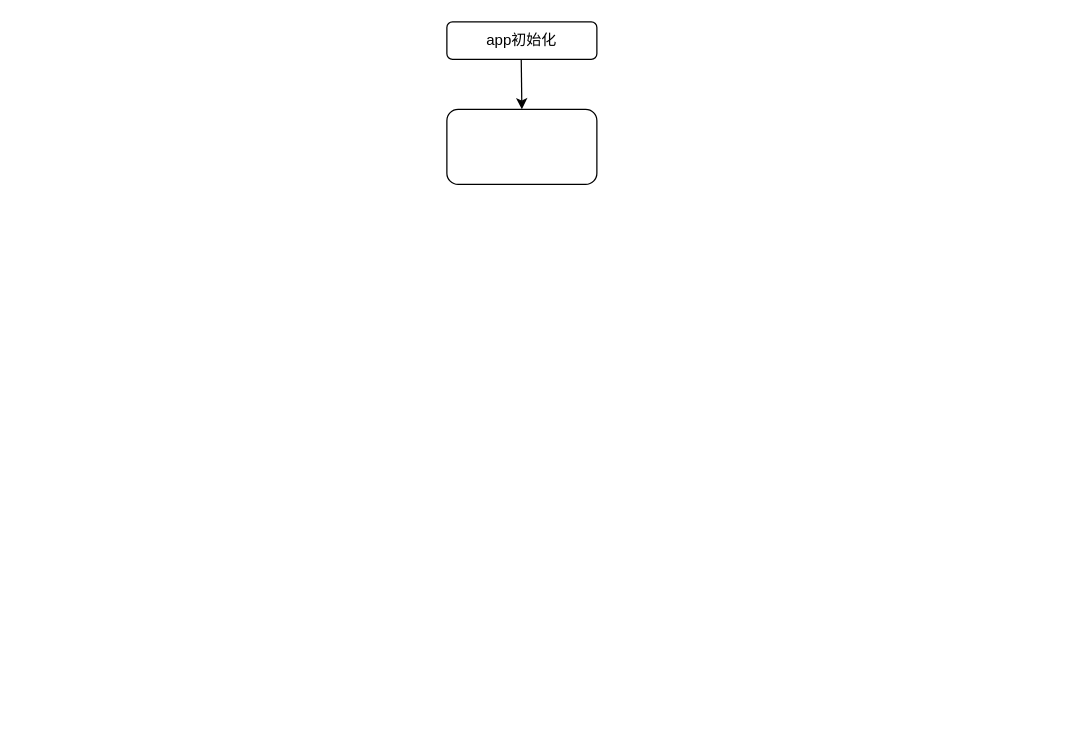
The draw.io diagram views/同步订单.drawio in lys829/yiBlog, before the edit. Source tidied: cells renumbered, new cells numbered last; positions are measured from the earlier drawing's top-left corner, leaving out a move shared by most shapes. Both pictures are drawn from the tidied source at 125%, with x=0, y=0 at pixel (446, 21).
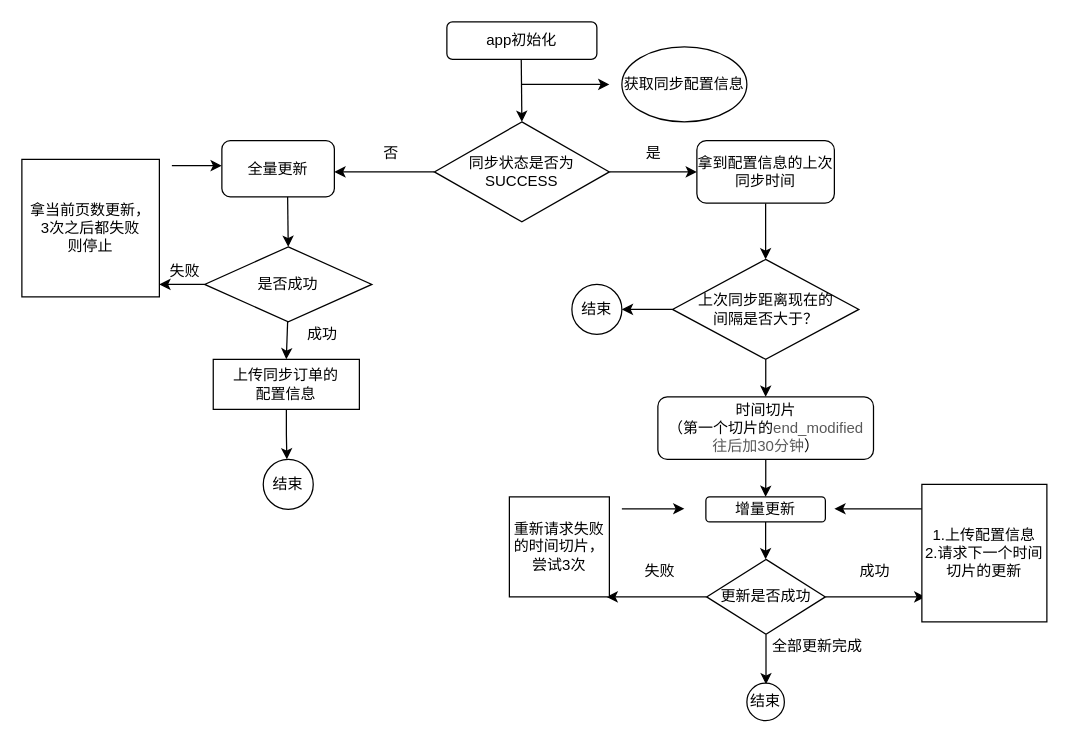
Above is the later version.

Commit message (it also covers changes not shown here):
更新同步订单.drawio

Change to the diagram source:
```diff
@@
     <mxCell id="3" style="endArrow=classic;html=1;" parent="1" edge="1">
       <mxGeometry relative="1" as="geometry">
         <mxPoint x="59.5" y="30" as="sourcePoint" />
-        <mxPoint x="60" y="70" as="targetPoint" />
+        <mxPoint x="60" y="80" as="targetPoint" />
       </mxGeometry>
     </mxCell>
-    <mxCell id="4" style="rounded=1;whiteSpace=wrap;html=1;" parent="1" vertex="1">
-      <mxGeometry y="70" width="120" height="60" as="geometry" />
-    </mxCell>
+    <mxCell id="5" style="endArrow=classic;html=1;" parent="1" edge="1">
+      <mxGeometry relative="1" as="geometry">
+        <mxPoint x="60" y="50" as="sourcePoint" />
+        <mxPoint x="130" y="50" as="targetPoint" />
+      </mxGeometry>
+    </mxCell>
+    <mxCell id="6" value="获取同步配置信息" style="ellipse;whiteSpace=wrap;html=1;" parent="1" vertex="1">
+      <mxGeometry x="140" y="20" width="100" height="60" as="geometry" />
+    </mxCell>
+    <mxCell id="7" style="edgeStyle=orthogonalEdgeStyle;rounded=0;jettySize=auto;html=1;" parent="1" edge="1" source="9" target="11">
+      <mxGeometry relative="1" as="geometry" />
+    </mxCell>
+    <mxCell id="8" style="edgeStyle=orthogonalEdgeStyle;rounded=0;jettySize=auto;html=1;" parent="1" edge="1" source="9">
+      <mxGeometry relative="1" as="geometry">
+        <mxPoint x="-90" y="120" as="targetPoint" />
+      </mxGeometry>
+    </mxCell>
+    <mxCell id="9" value="同步状态是否为SUCCESS" style="rhombus;whiteSpace=wrap;html=1;" parent="1" vertex="1">
+      <mxGeometry x="-10" y="80" width="140" height="80" as="geometry" />
+    </mxCell>
+    <mxCell id="10" style="edgeStyle=orthogonalEdgeStyle;rounded=0;jettySize=auto;html=1;" parent="1" edge="1" source="11">
+      <mxGeometry relative="1" as="geometry">
+        <mxPoint x="255" y="190" as="targetPoint" />
+      </mxGeometry>
+    </mxCell>
+    <mxCell id="11" value="拿到配置信息的上次同步时间" style="rounded=1;whiteSpace=wrap;html=1;" parent="1" vertex="1">
+      <mxGeometry x="200" y="95" width="110" height="50" as="geometry" />
+    </mxCell>
+    <mxCell id="12" value="是" style="text;html=1;align=center;verticalAlign=middle;" parent="1" vertex="1">
+      <mxGeometry x="150" y="95" width="30" height="20" as="geometry" />
+    </mxCell>
+    <mxCell id="13" value="否" style="text;html=1;align=center;verticalAlign=middle;" parent="1" vertex="1">
+      <mxGeometry x="-60" y="95" width="30" height="20" as="geometry" />
+    </mxCell>
+    <mxCell id="14" style="edgeStyle=orthogonalEdgeStyle;rounded=0;jettySize=auto;html=1;" parent="1" edge="1" source="16">
+      <mxGeometry relative="1" as="geometry">
+        <mxPoint x="140" y="230" as="targetPoint" />
+        <Array as="points">
+          <mxPoint x="150" y="230" />
+          <mxPoint x="150" y="230" />
+        </Array>
+      </mxGeometry>
+    </mxCell>
+    <mxCell id="15" style="edgeStyle=orthogonalEdgeStyle;rounded=0;jettySize=auto;html=1;entryX=0.5;entryY=0;entryDx=0;entryDy=0;" parent="1" edge="1" source="16" target="19">
+      <mxGeometry relative="1" as="geometry" />
+    </mxCell>
+    <mxCell id="16" value="上次同步距离现在的&lt;br&gt;间隔是否大于？" style="rhombus;whiteSpace=wrap;html=1;" parent="1" vertex="1">
+      <mxGeometry x="180.5" y="190" width="149.1" height="80" as="geometry" />
+    </mxCell>
+    <mxCell id="17" value="结束" style="ellipse;whiteSpace=wrap;html=1;" parent="1" vertex="1">
+      <mxGeometry x="100" y="210" width="40" height="40" as="geometry" />
+    </mxCell>
+    <mxCell id="18" style="edgeStyle=orthogonalEdgeStyle;rounded=0;jettySize=auto;html=1;" parent="1" edge="1" source="19" target="21">
+      <mxGeometry relative="1" as="geometry" />
+    </mxCell>
+    <mxCell id="19" value="时间切片&lt;br&gt;（第一个切片的&lt;span style=&quot;color: rgba(0 , 0 , 0 , 0.65) ; font-family: &amp;#34;helvetica neue for number&amp;#34; , , , &amp;#34;segoe ui&amp;#34; , &amp;#34;roboto&amp;#34; , &amp;#34;pingfang sc&amp;#34; , &amp;#34;hiragino sans gb&amp;#34; , &amp;#34;microsoft yahei&amp;#34; , &amp;#34;helvetica neue&amp;#34; , &amp;#34;helvetica&amp;#34; , &amp;#34;arial&amp;#34; , sans-serif ; background-color: rgb(255 , 255 , 255)&quot;&gt;end_modified&lt;br&gt;往后加30分钟&lt;/span&gt;）" style="rounded=1;whiteSpace=wrap;html=1;" parent="1" vertex="1">
+      <mxGeometry x="168.8" y="300" width="172.5" height="50" as="geometry" />
+    </mxCell>
+    <mxCell id="20" style="edgeStyle=orthogonalEdgeStyle;rounded=0;jettySize=auto;html=1;" parent="1" edge="1" source="21">
+      <mxGeometry relative="1" as="geometry">
+        <mxPoint x="255" y="430" as="targetPoint" />
+      </mxGeometry>
+    </mxCell>
+    <mxCell id="21" value="增量更新" style="rounded=1;whiteSpace=wrap;html=1;" parent="1" vertex="1">
+      <mxGeometry x="207.2" y="380" width="95.6" height="20" as="geometry" />
+    </mxCell>
+    <mxCell id="22" style="edgeStyle=orthogonalEdgeStyle;rounded=0;jettySize=auto;html=1;" parent="1" edge="1" source="25">
+      <mxGeometry relative="1" as="geometry">
+        <mxPoint x="127.8" y="460" as="targetPoint" />
+      </mxGeometry>
+    </mxCell>
+    <mxCell id="23" style="edgeStyle=orthogonalEdgeStyle;rounded=0;jettySize=auto;html=1;" parent="1" edge="1" source="25">
+      <mxGeometry relative="1" as="geometry">
+        <mxPoint x="382.8" y="460" as="targetPoint" />
+      </mxGeometry>
+    </mxCell>
+    <mxCell id="24" style="edgeStyle=orthogonalEdgeStyle;rounded=0;jettySize=auto;html=1;" parent="1" edge="1" source="25">
+      <mxGeometry relative="1" as="geometry">
+        <mxPoint x="255.3" y="530" as="targetPoint" />
+      </mxGeometry>
+    </mxCell>
+    <mxCell id="25" value="更新是否成功" style="rhombus;whiteSpace=wrap;html=1;" parent="1" vertex="1">
+      <mxGeometry x="207.8" y="430" width="95" height="60" as="geometry" />
+    </mxCell>
+    <mxCell id="26" value="失败" style="text;html=1;align=center;verticalAlign=middle;" parent="1" vertex="1">
+      <mxGeometry x="150" y="430" width="40" height="20" as="geometry" />
+    </mxCell>
+    <mxCell id="27" value="成功" style="text;html=1;align=center;verticalAlign=middle;" parent="1" vertex="1">
+      <mxGeometry x="322" y="430" width="40" height="20" as="geometry" />
+    </mxCell>
+    <mxCell id="28" style="endArrow=classic;html=1;" parent="1" edge="1">
+      <mxGeometry relative="1" as="geometry">
+        <mxPoint x="380" y="389.5" as="sourcePoint" />
+        <mxPoint x="310" y="389.5" as="targetPoint" />
+      </mxGeometry>
+    </mxCell>
+    <mxCell id="29" value="1.上传配置信息&lt;br&gt;2.请求下一个时间切片的更新" style="rounded=0;whiteSpace=wrap;html=1;" parent="1" vertex="1">
+      <mxGeometry x="380" y="370" width="100" height="110" as="geometry" />
+    </mxCell>
+    <mxCell id="30" value="重新请求失败的时间切片，&lt;br&gt;尝试3次" style="whiteSpace=wrap;html=1;" parent="1" vertex="1">
+      <mxGeometry x="50" y="380" width="80" height="80" as="geometry" />
+    </mxCell>
+    <mxCell id="31" style="endArrow=classic;html=1;" parent="1" edge="1">
+      <mxGeometry relative="1" as="geometry">
+        <mxPoint x="140" y="389.5" as="sourcePoint" />
+        <mxPoint x="190" y="389.5" as="targetPoint" />
+      </mxGeometry>
+    </mxCell>
+    <mxCell id="32" value="全部更新完成" style="text;html=1;align=center;verticalAlign=middle;" parent="1" vertex="1">
+      <mxGeometry x="251.2" y="490" width="90" height="20" as="geometry" />
+    </mxCell>
+    <mxCell id="33" value="结束" style="ellipse;whiteSpace=wrap;html=1;" parent="1" vertex="1">
+      <mxGeometry x="240" y="529" width="30" height="30" as="geometry" />
+    </mxCell>
+    <mxCell id="34" value="全量更新" style="rounded=1;whiteSpace=wrap;html=1;" parent="1" vertex="1">
+      <mxGeometry x="-180" y="95" width="90" height="45" as="geometry" />
+    </mxCell>
+    <mxCell id="35" style="endArrow=classic;html=1;" parent="1" edge="1">
+      <mxGeometry relative="1" as="geometry">
+        <mxPoint x="-127.4" y="140" as="sourcePoint" />
+        <mxPoint x="-126.9" y="180" as="targetPoint" />
+      </mxGeometry>
+    </mxCell>
+    <mxCell id="36" style="edgeStyle=orthogonalEdgeStyle;rounded=0;jettySize=auto;html=1;" parent="1" edge="1" source="37">
+      <mxGeometry relative="1" as="geometry">
+        <mxPoint x="-230" y="210" as="targetPoint" />
+      </mxGeometry>
+    </mxCell>
+    <mxCell id="37" value="是否成功" style="rhombus;whiteSpace=wrap;html=1;" parent="1" vertex="1">
+      <mxGeometry x="-193.8" y="180" width="133.8" height="60" as="geometry" />
+    </mxCell>
+    <mxCell id="38" value="拿当前页数更新，&lt;br&gt;3次之后都失败&lt;br&gt;则停止" style="whiteSpace=wrap;html=1;" parent="1" vertex="1">
+      <mxGeometry x="-340" y="110" width="110" height="110" as="geometry" />
+    </mxCell>
+    <mxCell id="39" style="endArrow=classic;html=1;" parent="1" edge="1">
+      <mxGeometry relative="1" as="geometry">
+        <mxPoint x="-220" y="115" as="sourcePoint" />
+        <mxPoint x="-180.1" y="115" as="targetPoint" />
+      </mxGeometry>
+    </mxCell>
+    <mxCell id="40" style="edgeStyle=orthogonalEdgeStyle;rounded=0;jettySize=auto;html=1;" parent="1" edge="1" source="41">
+      <mxGeometry relative="1" as="geometry">
+        <mxPoint x="-128" y="350" as="targetPoint" />
+      </mxGeometry>
+    </mxCell>
+    <mxCell id="41" value="上传同步订单的&lt;br&gt;配置信息" style="rounded=0;whiteSpace=wrap;html=1;" parent="1" vertex="1">
+      <mxGeometry x="-186.9" y="270" width="116.9" height="40" as="geometry" />
+    </mxCell>
+    <mxCell id="42" value="失败" style="text;html=1;align=center;verticalAlign=middle;" parent="1" vertex="1">
+      <mxGeometry x="-230" y="190" width="40" height="20" as="geometry" />
+    </mxCell>
+    <mxCell id="43" style="endArrow=classic;html=1;entryX=0.5;entryY=0;entryDx=0;entryDy=0;" parent="1" edge="1" target="41">
+      <mxGeometry relative="1" as="geometry">
+        <mxPoint x="-127.4" y="240" as="sourcePoint" />
+      </mxGeometry>
+    </mxCell>
+    <mxCell id="44" value="成功" style="text;html=1;align=center;verticalAlign=middle;" parent="1" vertex="1">
+      <mxGeometry x="-120" y="240" width="40" height="20" as="geometry" />
+    </mxCell>
+    <mxCell id="45" value="结束" style="ellipse;whiteSpace=wrap;html=1;" parent="1" vertex="1">
+      <mxGeometry x="-146.9" y="350" width="40" height="40" as="geometry" />
+    </mxCell>
```
